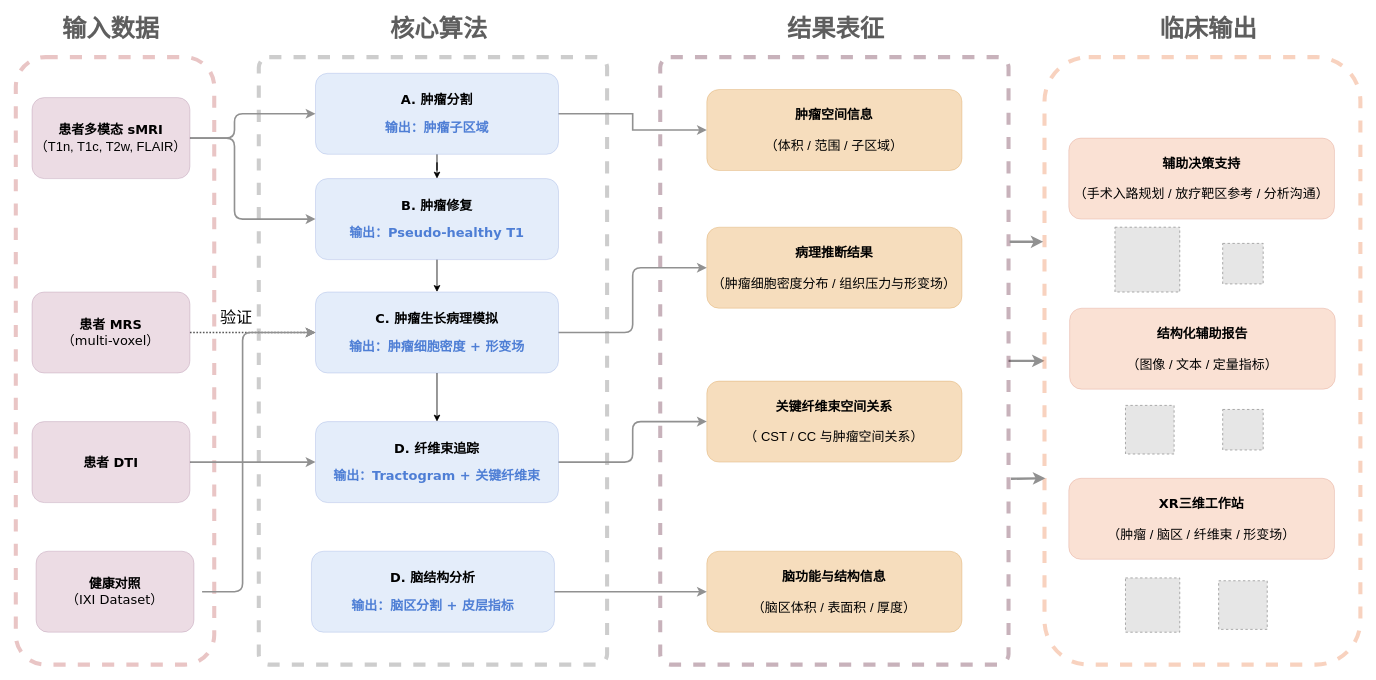
davidjibub/GraduateProject_Markdown keeps this draw.io diagram as Paper/Capston/系统框架图.drawio. Above is the earlier version. Source tidied: cells renumbered, new cells numbered last; positions are measured from the earlier drawing's top-left corner, leaving out a move shared by most shapes. Both pictures are drawn from the tidied source at 81%, with x=0, y=0 at pixel (15, 16). Pictures stored in the file or linked from it are replaced by grey dashed boxes.
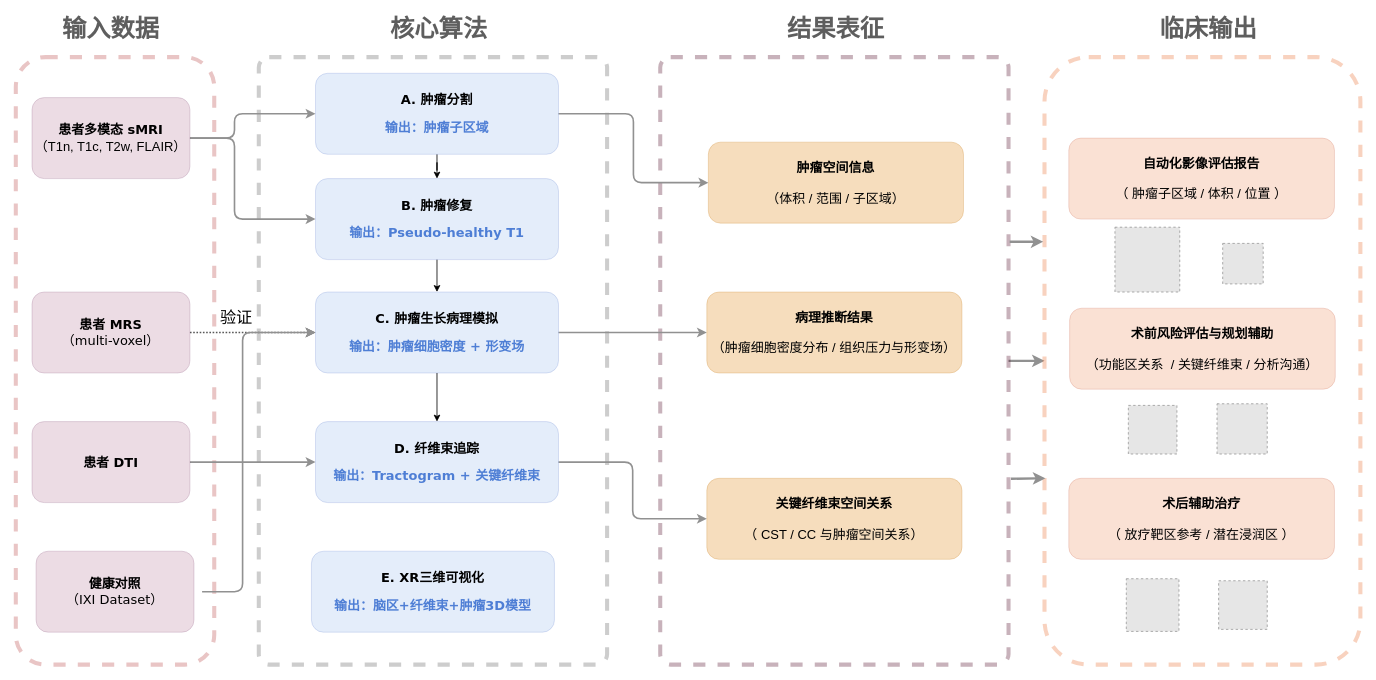
Above is the later version.

The change refers to these unchanged cells:
```xml
<mxCell id="19" value="&lt;font face=&quot;Verdana&quot;&gt;&lt;span style=&quot;font-size: 16px;&quot;&gt;&lt;b&gt;A. 肿瘤分割&lt;/b&gt;&lt;/span&gt;&lt;/font&gt;&lt;div&gt;&lt;br&gt;&lt;/div&gt;&lt;div&gt;&lt;font color=&quot;#4e7ed5&quot; face=&quot;Verdana&quot;&gt;&lt;span style=&quot;font-size: 16px;&quot;&gt;&lt;b style=&quot;&quot;&gt;输出：肿瘤子区域&lt;/b&gt;&lt;/span&gt;&lt;/font&gt;&lt;/div&gt;" style="rounded=1;whiteSpace=wrap;html=1;fillColor=#79a6e4;strokeColor=#2e55b7;opacity=20;" parent="1" vertex="1">
  <mxGeometry x="370" y="70" width="300" height="100" as="geometry" />
</mxCell>
```

What changed in the source:
```diff
@@
-    <mxCell id="18" style="edgeStyle=orthogonalEdgeStyle;rounded=0;jettySize=auto;html=1;strokeWidth=2;strokeColor=#919191;" parent="1" edge="1" source="19" target="30">
+    <mxCell id="18" style="edgeStyle=orthogonalEdgeStyle;rounded=1;jettySize=auto;html=1;strokeWidth=2;strokeColor=#919191;curved=0;" parent="1" edge="1" source="19" target="30">
       <mxGeometry relative="1" as="geometry" />
     </mxCell>
@@
-    <mxCell id="25" style="edgeStyle=orthogonalEdgeStyle;rounded=0;jettySize=auto;html=1;strokeColor=#919191;strokeWidth=2;" parent="1" edge="1" source="26" target="31">
-      <mxGeometry relative="1" as="geometry" />
-    </mxCell>
-    <mxCell id="26" value="&lt;font face=&quot;Verdana&quot;&gt;&lt;span style=&quot;font-size: 16px;&quot;&gt;&lt;b&gt;D. 脑结构分析&lt;/b&gt;&lt;/span&gt;&lt;/font&gt;&lt;div&gt;&lt;br&gt;&lt;/div&gt;&lt;div&gt;&lt;font color=&quot;#4e7ed5&quot; face=&quot;Verdana&quot;&gt;&lt;span style=&quot;font-size: 16px;&quot;&gt;&lt;b&gt;输出：脑区分割 + 皮层指标&lt;/b&gt;&lt;/span&gt;&lt;/font&gt;&lt;/div&gt;" style="rounded=1;whiteSpace=wrap;html=1;fillColor=#79a6e4;strokeColor=#2e55b7;opacity=20;" parent="1" vertex="1">
+    <mxCell id="26" value="&lt;font face=&quot;Verdana&quot;&gt;&lt;span style=&quot;font-size: 16px;&quot;&gt;&lt;b&gt;E. XR三维可视化&lt;/b&gt;&lt;/span&gt;&lt;/font&gt;&lt;div&gt;&lt;br&gt;&lt;/div&gt;&lt;div&gt;&lt;font color=&quot;#4e7ed5&quot; face=&quot;Verdana&quot;&gt;&lt;span style=&quot;font-size: 16px;&quot;&gt;&lt;b&gt;输出：脑区+纤维束+肿瘤3D模型&lt;/b&gt;&lt;/span&gt;&lt;/font&gt;&lt;/div&gt;" style="rounded=1;whiteSpace=wrap;html=1;fillColor=#79a6e4;strokeColor=#2e55b7;opacity=20;" parent="1" vertex="1">
       <mxGeometry x="365" y="660" width="300" height="100" as="geometry" />
     </mxCell>
@@
     <mxCell id="30" value="&lt;b style=&quot;font-size: 16px;&quot;&gt;&lt;font style=&quot;font-size: 16px;&quot; face=&quot;Verdana&quot;&gt;肿瘤空间信息&lt;/font&gt;&lt;/b&gt;&lt;div&gt;&lt;span style=&quot;font-size: 16px; font-family: RfRZ_hOL5jZH2PJbZL8D; background-color: initial;&quot;&gt;&lt;br&gt;&lt;/span&gt;&lt;/div&gt;&lt;div&gt;&lt;span style=&quot;font-size: 16px; font-family: RfRZ_hOL5jZH2PJbZL8D; background-color: initial;&quot;&gt;（&lt;/span&gt;&lt;span style=&quot;font-size: 16px; font-family: RfRZ_hOL5jZH2PJbZL8D; background-color: initial;&quot;&gt;体积 / 范围 / 子区域）&lt;/span&gt;&lt;/div&gt;" style="rounded=1;whiteSpace=wrap;html=1;fillColor=#e28e26;strokeColor=#c77c1c;opacity=30;" parent="1" vertex="1">
-      <mxGeometry x="853.1" y="90" width="315" height="100" as="geometry" />
+      <mxGeometry x="855" y="155" width="315" height="100" as="geometry" />
     </mxCell>
-    <mxCell id="31" value="&lt;b style=&quot;font-size: 16px;&quot;&gt;&lt;font style=&quot;font-size: 16px;&quot; face=&quot;Verdana&quot;&gt;脑功能与结构信息&lt;/font&gt;&lt;/b&gt;&lt;div&gt;&lt;span style=&quot;font-size: 16px; font-family: RfRZ_hOL5jZH2PJbZL8D; background-color: initial;&quot;&gt;&lt;br&gt;&lt;/span&gt;&lt;/div&gt;&lt;div&gt;&lt;span style=&quot;font-size: 16px; font-family: RfRZ_hOL5jZH2PJbZL8D; background-color: initial;&quot;&gt;（脑区体积&lt;/span&gt;&lt;span style=&quot;font-size: 16px; font-family: RfRZ_hOL5jZH2PJbZL8D; background-color: initial;&quot;&gt;&amp;nbsp;/ 表面积 / 厚度）&lt;/span&gt;&lt;/div&gt;" style="rounded=1;whiteSpace=wrap;html=1;fillColor=#E28E26;strokeColor=#c77c1c;opacity=30;" parent="1" vertex="1">
-      <mxGeometry x="853.1" y="660" width="315" height="100" as="geometry" />
-    </mxCell>
     <mxCell id="32" value="&lt;font face=&quot;Verdana&quot;&gt;&lt;span style=&quot;font-size: 16px;&quot;&gt;&lt;b&gt;关键纤维束空间关系&lt;/b&gt;&lt;/span&gt;&lt;/font&gt;&lt;br&gt;&lt;div&gt;&lt;span style=&quot;font-size: 16px; font-family: RfRZ_hOL5jZH2PJbZL8D; background-color: initial;&quot;&gt;&lt;br&gt;&lt;/span&gt;&lt;/div&gt;&lt;div&gt;&lt;span style=&quot;font-size: 16px; font-family: RfRZ_hOL5jZH2PJbZL8D; background-color: initial;&quot;&gt;（ CST / CC 与肿瘤空间关系&lt;/span&gt;&lt;span style=&quot;font-size: 16px; font-family: RfRZ_hOL5jZH2PJbZL8D; background-color: initial;&quot;&gt;）&lt;/span&gt;&lt;/div&gt;" style="rounded=1;whiteSpace=wrap;html=1;fillColor=#E28E26;strokeColor=#C77C1C;opacity=30;" parent="1" vertex="1">
-      <mxGeometry x="853.1" y="450" width="315" height="100" as="geometry" />
+      <mxGeometry x="853.1" y="570" width="315" height="100" as="geometry" />
     </mxCell>
     <mxCell id="33" value="&lt;font face=&quot;Verdana&quot;&gt;&lt;span style=&quot;font-size: 16px;&quot;&gt;&lt;b&gt;病理推断结果&lt;/b&gt;&lt;/span&gt;&lt;/font&gt;&lt;br&gt;&lt;div&gt;&lt;span style=&quot;font-size: 16px; font-family: RfRZ_hOL5jZH2PJbZL8D; background-color: initial;&quot;&gt;&lt;br&gt;&lt;/span&gt;&lt;/div&gt;&lt;div&gt;&lt;span style=&quot;font-size: 16px; font-family: RfRZ_hOL5jZH2PJbZL8D; background-color: initial;&quot;&gt;（肿瘤细胞密度分布 / 组织压力与形变场&lt;/span&gt;&lt;span style=&quot;font-size: 16px; font-family: RfRZ_hOL5jZH2PJbZL8D; background-color: initial;&quot;&gt;）&lt;/span&gt;&lt;/div&gt;" style="rounded=1;whiteSpace=wrap;html=1;fillColor=#E28E26;strokeColor=#C77C1C;opacity=30;" parent="1" vertex="1">
-      <mxGeometry x="853.1" y="260" width="315" height="100" as="geometry" />
+      <mxGeometry x="853.1" y="340" width="315" height="100" as="geometry" />
     </mxCell>
-    <mxCell id="34" value="&lt;b style=&quot;font-size: 16px;&quot;&gt;&lt;font style=&quot;font-size: 16px;&quot; face=&quot;Verdana&quot;&gt;XR三维工作站&lt;/font&gt;&lt;/b&gt;&lt;div&gt;&lt;span style=&quot;font-size: 16px; font-family: RfRZ_hOL5jZH2PJbZL8D; background-color: initial;&quot;&gt;&lt;br&gt;&lt;/span&gt;&lt;/div&gt;&lt;div&gt;&lt;span style=&quot;font-size: 16px; font-family: RfRZ_hOL5jZH2PJbZL8D; background-color: initial;&quot;&gt;（肿瘤&lt;/span&gt;&lt;span style=&quot;font-size: 16px; font-family: RfRZ_hOL5jZH2PJbZL8D; background-color: initial;&quot;&gt;&amp;nbsp;/ 脑区 / 纤维束 / 形变场）&lt;/span&gt;&lt;/div&gt;" style="rounded=1;whiteSpace=wrap;html=1;fillColor=#e76a2c;strokeColor=#b1321c;opacity=20;" parent="1" vertex="1">
+    <mxCell id="34" value="&lt;b style=&quot;font-size: 16px;&quot;&gt;&lt;font style=&quot;font-size: 16px;&quot; face=&quot;Verdana&quot;&gt;术后辅助治疗&lt;/font&gt;&lt;/b&gt;&lt;div&gt;&lt;span style=&quot;font-size: 16px; font-family: RfRZ_hOL5jZH2PJbZL8D; background-color: initial;&quot;&gt;&lt;br&gt;&lt;/span&gt;&lt;/div&gt;&lt;div&gt;&lt;span style=&quot;font-size: 16px; font-family: RfRZ_hOL5jZH2PJbZL8D; background-color: initial;&quot;&gt;（&lt;/span&gt;&lt;span style=&quot;font-family: RfRZ_hOL5jZH2PJbZL8D; font-size: 16px;&quot;&gt;&amp;nbsp;放疗靶区参考 / 潜在浸润区&amp;nbsp;&lt;/span&gt;&lt;span style=&quot;font-size: 16px; font-family: RfRZ_hOL5jZH2PJbZL8D; background-color: initial;&quot;&gt;）&lt;/span&gt;&lt;/div&gt;" style="rounded=1;whiteSpace=wrap;html=1;fillColor=#e76a2c;strokeColor=#b1321c;opacity=20;" parent="1" vertex="1">
       <mxGeometry x="1300" y="570" width="328" height="100" as="geometry" />
     </mxCell>
-    <mxCell id="35" value="&lt;b style=&quot;font-size: 16px;&quot;&gt;&lt;font style=&quot;font-size: 16px;&quot; face=&quot;Verdana&quot;&gt;结构化辅助报告&lt;/font&gt;&lt;/b&gt;&lt;div&gt;&lt;span style=&quot;font-size: 16px; font-family: RfRZ_hOL5jZH2PJbZL8D; background-color: initial;&quot;&gt;&lt;br&gt;&lt;/span&gt;&lt;/div&gt;&lt;div&gt;&lt;span style=&quot;font-size: 16px; font-family: RfRZ_hOL5jZH2PJbZL8D; background-color: initial;&quot;&gt;（图像&lt;/span&gt;&lt;span style=&quot;font-size: 16px; font-family: RfRZ_hOL5jZH2PJbZL8D; background-color: initial;&quot;&gt;&amp;nbsp;/ 文本 / 定量指标）&lt;/span&gt;&lt;/div&gt;" style="rounded=1;whiteSpace=wrap;html=1;fillColor=#e76a2c;strokeColor=#b1321c;opacity=20;" parent="1" vertex="1">
+    <mxCell id="35" value="&lt;b style=&quot;font-size: 16px;&quot;&gt;&lt;font style=&quot;font-size: 16px;&quot; face=&quot;Verdana&quot;&gt;术前风险评估与规划辅助&lt;/font&gt;&lt;/b&gt;&lt;div&gt;&lt;span style=&quot;font-size: 16px; font-family: RfRZ_hOL5jZH2PJbZL8D; background-color: initial;&quot;&gt;&lt;br&gt;&lt;/span&gt;&lt;/div&gt;&lt;div&gt;&lt;span style=&quot;background-color: initial; font-size: 16px; font-family: RfRZ_hOL5jZH2PJbZL8D;&quot;&gt;（功能区关系&amp;nbsp; / 关键纤维束 / 分析沟通&lt;/span&gt;&lt;span style=&quot;background-color: initial; font-size: 16px; font-family: RfRZ_hOL5jZH2PJbZL8D;&quot;&gt;）&lt;/span&gt;&lt;br&gt;&lt;/div&gt;" style="rounded=1;whiteSpace=wrap;html=1;fillColor=#e76a2c;strokeColor=#b1321c;opacity=20;" parent="1" vertex="1">
       <mxGeometry x="1301" y="360" width="328" height="100" as="geometry" />
     </mxCell>
-    <mxCell id="36" value="&lt;b style=&quot;font-size: 16px;&quot;&gt;&lt;font style=&quot;font-size: 16px;&quot; face=&quot;Verdana&quot;&gt;辅助决策支持&lt;/font&gt;&lt;/b&gt;&lt;div&gt;&lt;span style=&quot;font-size: 16px; font-family: RfRZ_hOL5jZH2PJbZL8D; background-color: initial;&quot;&gt;&lt;br&gt;&lt;/span&gt;&lt;/div&gt;&lt;div&gt;&lt;span style=&quot;font-size: 16px; font-family: RfRZ_hOL5jZH2PJbZL8D; background-color: initial;&quot;&gt;（手术入路规划 / 放疗靶区参考 / 分析沟通&lt;/span&gt;&lt;span style=&quot;font-size: 16px; font-family: RfRZ_hOL5jZH2PJbZL8D; background-color: initial;&quot;&gt;）&lt;/span&gt;&lt;/div&gt;" style="rounded=1;whiteSpace=wrap;html=1;fillColor=#e76a2c;strokeColor=#b1321c;opacity=20;" parent="1" vertex="1">
+    <mxCell id="36" value="&lt;b style=&quot;font-size: 16px;&quot;&gt;&lt;font style=&quot;font-size: 16px;&quot; face=&quot;Verdana&quot;&gt;自动化影像评估报告&lt;/font&gt;&lt;/b&gt;&lt;div&gt;&lt;span style=&quot;font-size: 16px; font-family: RfRZ_hOL5jZH2PJbZL8D; background-color: initial;&quot;&gt;&lt;br&gt;&lt;/span&gt;&lt;/div&gt;&lt;div&gt;&lt;span style=&quot;font-size: 16px; font-family: RfRZ_hOL5jZH2PJbZL8D; background-color: initial;&quot;&gt;（ 肿瘤子区域 / 体积 / 位置 &lt;/span&gt;&lt;span style=&quot;font-size: 16px; font-family: RfRZ_hOL5jZH2PJbZL8D; background-color: initial;&quot;&gt;）&lt;/span&gt;&lt;/div&gt;" style="rounded=1;whiteSpace=wrap;html=1;fillColor=#e76a2c;strokeColor=#b1321c;opacity=20;" parent="1" vertex="1">
       <mxGeometry x="1300" y="150" width="328" height="100" as="geometry" />
     </mxCell>
@@
     <mxCell id="39" style="fillColor=#E6E6E6;strokeColor=#999999;dashed=1;verticalLabelPosition=bottom;labelBackgroundColor=default;verticalAlign=top;" parent="1" vertex="1">
-      <mxGeometry x="1370" y="480" width="60" height="60" as="geometry" />
+      <mxGeometry x="1485" y="696.5" width="60" height="60" as="geometry" />
     </mxCell>
@@
-    <mxCell id="44" style="fillColor=#E6E6E6;strokeColor=#999999;dashed=1;verticalLabelPosition=bottom;labelBackgroundColor=default;verticalAlign=top;" parent="1" vertex="1">
-      <mxGeometry x="1490" y="485" width="50" height="50" as="geometry" />
-    </mxCell>
-    <mxCell id="45" style="fillColor=#E6E6E6;strokeColor=#999999;dashed=1;verticalLabelPosition=bottom;labelBackgroundColor=default;verticalAlign=top;" parent="1" vertex="1">
-      <mxGeometry x="1370" y="693" width="67" height="67" as="geometry" />
-    </mxCell>
     <mxCell id="46" style="fillColor=#E6E6E6;strokeColor=#999999;dashed=1;verticalLabelPosition=bottom;labelBackgroundColor=default;verticalAlign=top;" parent="1" vertex="1">
-      <mxGeometry x="1485" y="696.5" width="60" height="60" as="geometry" />
+      <mxGeometry x="1373.5" y="480" width="60" height="60" as="geometry" />
     </mxCell>
@@
+    <mxCell id="50" style="fillColor=#E6E6E6;strokeColor=#999999;dashed=1;verticalLabelPosition=bottom;labelBackgroundColor=default;verticalAlign=top;" parent="1" vertex="1">
+      <mxGeometry x="1371" y="694" width="65" height="65" as="geometry" />
+    </mxCell>
+    <mxCell id="51" style="fillColor=#E6E6E6;strokeColor=#999999;dashed=1;verticalLabelPosition=bottom;labelBackgroundColor=default;verticalAlign=top;" parent="1" vertex="1">
+      <mxGeometry x="1483" y="478" width="62" height="62" as="geometry" />
+    </mxCell>
```
